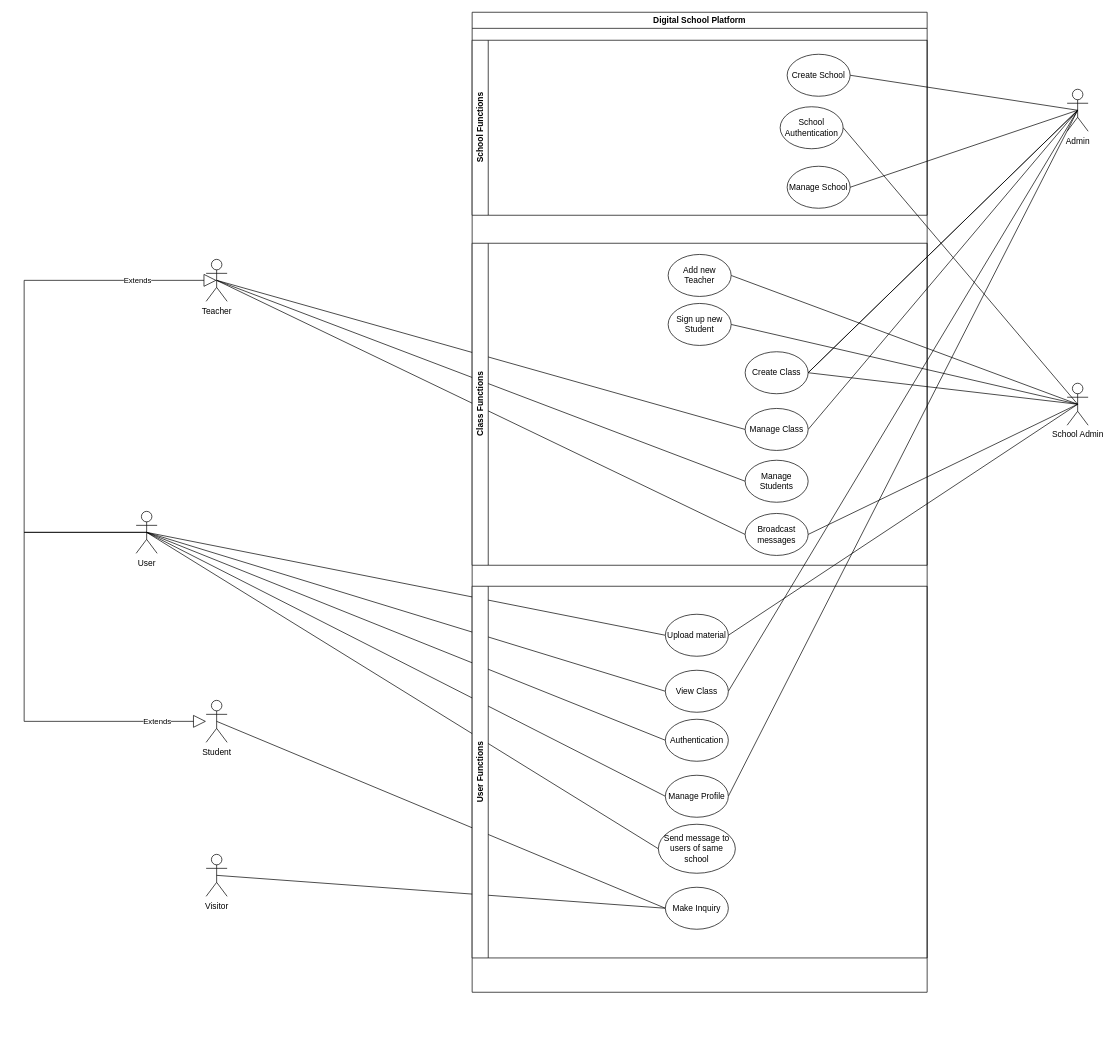
Earlier version of the draw.io diagram docs/assets/Use Case.drawio (akshayvijaynair/music-academy-docs). Source tidied: cells renumbered, new cells numbered last; positions are measured from the earlier drawing's top-left corner, leaving out a move shared by most shapes. Both pictures are drawn from the tidied source at 70%, with x=0, y=0 at pixel (24, 12).
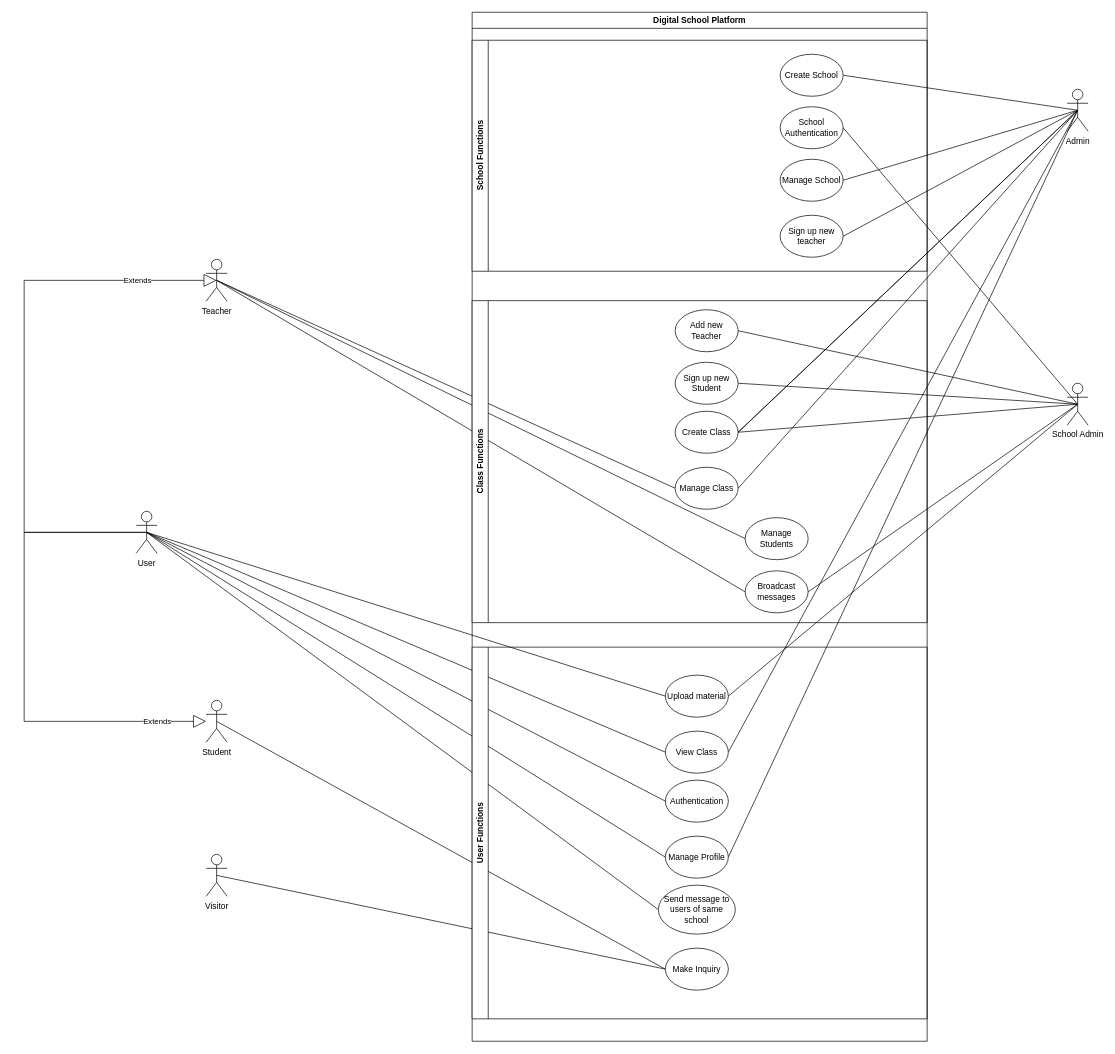
The same page after the edit.

Commit message:
feat(usecase): add new functionality

Unchanged cells that the change refers to:
```xml
<mxCell id="9" value="Admin" style="shape=umlActor;verticalLabelPosition=bottom;verticalAlign=top;html=1;outlineConnect=0;" parent="1" vertex="1">
  <mxGeometry x="1490" y="110" width="30" height="60" as="geometry" />
</mxCell>
```

What changed in the source:
```diff
@@
     <mxCell id="22" value="Digital School Platform" style="swimlane;whiteSpace=wrap;html=1;" parent="1" vertex="1">
-      <mxGeometry x="640" width="650" height="1400" as="geometry" />
+      <mxGeometry x="640" width="650" height="1470" as="geometry" />
     </mxCell>
-    <mxCell id="23" value="Sign up new Student" style="ellipse;whiteSpace=wrap;html=1;" parent="22" vertex="1">
-      <mxGeometry x="280" y="416" width="90" height="60" as="geometry" />
-    </mxCell>
-    <mxCell id="24" value="Add new Teacher" style="ellipse;whiteSpace=wrap;html=1;" parent="22" vertex="1">
-      <mxGeometry x="280" y="346" width="90" height="60" as="geometry" />
-    </mxCell>
     <mxCell id="25" value="School Functions" style="swimlane;horizontal=0;whiteSpace=wrap;html=1;startSize=23;" parent="22" vertex="1">
-      <mxGeometry y="40" width="650" height="250" as="geometry" />
+      <mxGeometry y="40" width="650" height="330" as="geometry" />
     </mxCell>
     <mxCell id="26" value="Create School" style="ellipse;whiteSpace=wrap;html=1;" parent="25" vertex="1">
-      <mxGeometry x="450" y="20" width="90" height="60" as="geometry" />
+      <mxGeometry x="440" y="20" width="90" height="60" as="geometry" />
     </mxCell>
@@
     <mxCell id="28" value="Manage School" style="ellipse;whiteSpace=wrap;html=1;" parent="25" vertex="1">
-      <mxGeometry x="450" y="180" width="90" height="60" as="geometry" />
+      <mxGeometry x="440" y="170" width="90" height="60" as="geometry" />
     </mxCell>
+    <mxCell id="52" value="Sign up new teacher" style="ellipse;whiteSpace=wrap;html=1;" parent="25" vertex="1">
+      <mxGeometry x="440" y="250" width="90" height="60" as="geometry" />
+    </mxCell>
     <mxCell id="29" value="Class Functions" style="swimlane;horizontal=0;whiteSpace=wrap;html=1;" parent="22" vertex="1">
-      <mxGeometry y="330" width="650" height="460" as="geometry" />
+      <mxGeometry y="412" width="650" height="460" as="geometry" />
     </mxCell>
@@
     <mxCell id="31" value="Create Class" style="ellipse;whiteSpace=wrap;html=1;" parent="29" vertex="1">
-      <mxGeometry x="390" y="155" width="90" height="60" as="geometry" />
+      <mxGeometry x="290" y="158" width="90" height="60" as="geometry" />
     </mxCell>
@@
+    <mxCell id="51" value="Manage Class" style="ellipse;whiteSpace=wrap;html=1;" parent="29" vertex="1">
+      <mxGeometry x="290" y="238" width="90" height="60" as="geometry" />
+    </mxCell>
+    <mxCell id="23" value="Sign up new Student" style="ellipse;whiteSpace=wrap;html=1;" parent="29" vertex="1">
+      <mxGeometry x="290" y="88" width="90" height="60" as="geometry" />
+    </mxCell>
+    <mxCell id="24" value="Add new Teacher" style="ellipse;whiteSpace=wrap;html=1;" parent="29" vertex="1">
+      <mxGeometry x="290" y="13" width="90" height="60" as="geometry" />
+    </mxCell>
     <mxCell id="33" value="User Functions" style="swimlane;horizontal=0;whiteSpace=wrap;html=1;" parent="22" vertex="1">
-      <mxGeometry y="820" width="650" height="531" as="geometry" />
+      <mxGeometry y="907" width="650" height="531" as="geometry" />
     </mxCell>
@@
-    <mxCell id="51" value="Manage Class" style="ellipse;whiteSpace=wrap;html=1;" parent="1" vertex="1">
-      <mxGeometry x="1030" y="566" width="90" height="60" as="geometry" />
-    </mxCell>
+    <mxCell id="53" style="endArrow=none;html=1;rounded=0;exitX=0.5;exitY=0.5;exitDx=0;exitDy=0;exitPerimeter=0;entryX=1;entryY=0.5;entryDx=0;entryDy=0;" parent="1" edge="1" source="9" target="52">
+      <mxGeometry relative="1" as="geometry" />
+    </mxCell>
```
